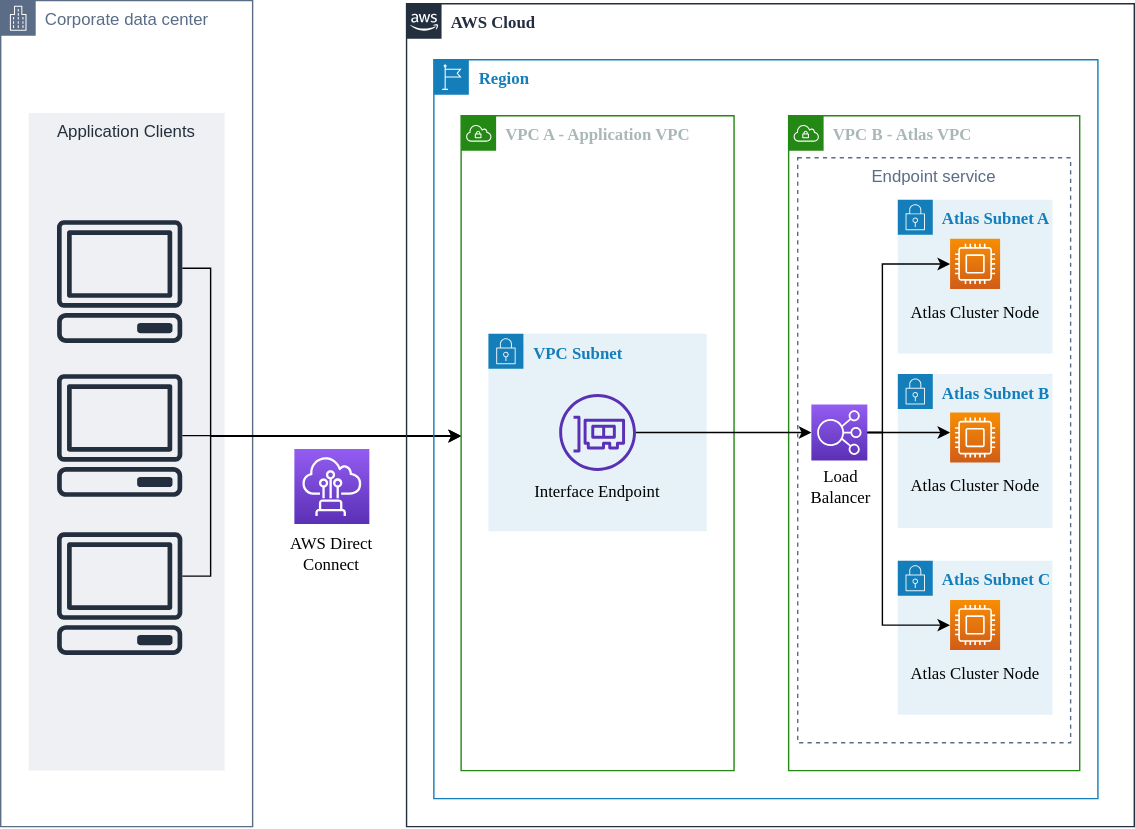
mongodb/docs keeps this draw.io diagram as source/images/atlas-aws-privatelink-directconnect.svg. Above is the earlier version. Source tidied: cells renumbered, new cells last; positions are measured from the earlier drawing's top-left corner, leaving out a move shared by most shapes. Source of this version:
```xml
<mxGraphModel>
  <root>
    <mxCell id="0" />
    <mxCell id="1" parent="0" />
    <mxCell id="2" value="Corporate data center" style="gradientColor=none;html=1;whiteSpace=wrap;fontSize=12;fontStyle=0;shape=mxgraph.aws4.group;grIcon=mxgraph.aws4.group_corporate_data_center;strokeColor=#5A6C86;fillColor=none;verticalAlign=top;align=left;spacingLeft=30;fontColor=#5A6C86;dashed=0;" parent="1" vertex="1">
      <mxGeometry y="-0.2" width="180" height="590.2" as="geometry" />
    </mxCell>
    <mxCell id="3" value="Application Clients" style="fillColor=#EFF0F3;strokeColor=none;dashed=0;verticalAlign=top;fontStyle=0;fontColor=#232F3D;" parent="1" vertex="1">
      <mxGeometry x="20" y="80" width="140" height="470" as="geometry" />
    </mxCell>
    <mxCell id="4" style="fontColor=#232F3E;gradientColor=#945DF2;gradientDirection=north;fillColor=#5A30B5;strokeColor=#ffffff;dashed=0;verticalLabelPosition=bottom;verticalAlign=top;align=center;html=1;fontSize=12;fontStyle=0;shape=mxgraph.aws4.resourceIcon;resIcon=mxgraph.aws4.direct_connect;" parent="1" vertex="1">
      <mxGeometry x="209.8" y="320.2" width="53.6" height="53.6" as="geometry" />
    </mxCell>
    <mxCell id="5" value="&lt;font face=&quot;Akzidenz-Grotesk&quot;&gt;AWS Direct Connect&lt;/font&gt;" style="text;html=1;strokeColor=none;fillColor=none;align=center;verticalAlign=middle;whiteSpace=wrap;rounded=0;" parent="1" vertex="1">
      <mxGeometry x="193.2" y="379.7" width="86.8" height="30" as="geometry" />
    </mxCell>
    <mxCell id="6" style="edgeStyle=orthogonalEdgeStyle;rounded=0;jettySize=auto;html=1;" parent="1" edge="1" source="7" target="16">
      <mxGeometry relative="1" as="geometry">
        <Array as="points">
          <mxPoint x="140" y="311" />
          <mxPoint x="140" y="311" />
        </Array>
      </mxGeometry>
    </mxCell>
    <mxCell id="7" style="outlineConnect=0;fontColor=#232F3E;gradientColor=none;fillColor=#232F3E;strokeColor=none;dashed=0;verticalLabelPosition=bottom;verticalAlign=top;align=center;html=1;fontSize=12;fontStyle=0;shape=mxgraph.aws4.client;" parent="1" vertex="1">
      <mxGeometry x="40" y="266.7" width="90" height="87.7" as="geometry" />
    </mxCell>
    <mxCell id="8" style="edgeStyle=orthogonalEdgeStyle;rounded=0;orthogonalLoop=1;jettySize=auto;html=1;" parent="1" edge="1">
      <mxGeometry relative="1" as="geometry">
        <mxPoint x="129.8" y="411" as="sourcePoint" />
        <mxPoint x="329" y="311" as="targetPoint" />
        <Array as="points">
          <mxPoint x="150" y="411" />
          <mxPoint x="150" y="311" />
        </Array>
      </mxGeometry>
    </mxCell>
    <mxCell id="9" style="fontColor=#232F3E;gradientColor=none;fillColor=#232F3E;strokeColor=none;dashed=0;verticalLabelPosition=bottom;verticalAlign=top;align=center;html=1;fontSize=12;fontStyle=0;shape=mxgraph.aws4.client;" parent="1" vertex="1">
      <mxGeometry x="40" y="379.7" width="90" height="87.7" as="geometry" />
    </mxCell>
    <mxCell id="10" style="edgeStyle=orthogonalEdgeStyle;rounded=0;orthogonalLoop=1;jettySize=auto;html=1;" parent="1" edge="1">
      <mxGeometry relative="1" as="geometry">
        <mxPoint x="129.8" y="191" as="sourcePoint" />
        <mxPoint x="329" y="311" as="targetPoint" />
        <Array as="points">
          <mxPoint x="150" y="191" />
          <mxPoint x="150" y="311" />
        </Array>
      </mxGeometry>
    </mxCell>
    <mxCell id="11" style="fontColor=#232F3E;gradientColor=none;fillColor=#232F3E;strokeColor=none;dashed=0;verticalLabelPosition=bottom;verticalAlign=top;align=center;html=1;fontSize=12;fontStyle=0;shape=mxgraph.aws4.client;" parent="1" vertex="1">
      <mxGeometry x="40" y="156.7" width="90" height="87.7" as="geometry" />
    </mxCell>
    <mxCell id="12" value="&lt;font face=&quot;Akzidenz-Grotesk&quot;&gt;&lt;b&gt;AWS Cloud&lt;/b&gt;&lt;/font&gt;" style="gradientColor=none;html=1;whiteSpace=wrap;fontSize=12;fontStyle=0;shape=mxgraph.aws4.group;grIcon=mxgraph.aws4.group_aws_cloud_alt;strokeColor=#232F3E;fillColor=none;verticalAlign=top;align=left;spacingLeft=30;fontColor=#232F3E;dashed=0;" parent="1" vertex="1">
      <mxGeometry x="290" y="2" width="520" height="588" as="geometry" />
    </mxCell>
    <mxCell id="13" value="&lt;b&gt;Region&lt;/b&gt;" style="gradientColor=none;html=1;whiteSpace=wrap;fontSize=12;fontStyle=0;shape=mxgraph.aws4.group;grIcon=mxgraph.aws4.group_region;strokeColor=#147EBA;fillColor=none;verticalAlign=top;align=left;spacingLeft=30;fontColor=#147EBA;dashed=0;fontFamily=Akzidenz-Grotesk;FType=w;" parent="1" vertex="1">
      <mxGeometry x="309.5" y="42" width="474.5" height="528" as="geometry" />
    </mxCell>
    <mxCell id="14" value="&lt;b&gt;&lt;font face=&quot;Akzidenz-Grotesk&quot;&gt;VPC B - Atlas VPC&lt;/font&gt;&lt;/b&gt;" style="gradientColor=none;html=1;whiteSpace=wrap;fontSize=12;fontStyle=0;shape=mxgraph.aws4.group;grIcon=mxgraph.aws4.group_vpc;strokeColor=#248814;fillColor=none;verticalAlign=top;align=left;spacingLeft=30;fontColor=#AAB7B8;dashed=0;" parent="1" vertex="1">
      <mxGeometry x="563" y="82" width="208" height="468" as="geometry" />
    </mxCell>
    <mxCell id="15" value="Endpoint service" style="fillColor=none;strokeColor=#5A6C86;dashed=1;verticalAlign=top;fontStyle=0;fontColor=#5A6C86;fontFamily=Helvetica;FType=g;" parent="1" vertex="1">
      <mxGeometry x="569.5" y="112" width="195" height="418" as="geometry" />
    </mxCell>
    <mxCell id="16" value="&lt;b&gt;&lt;font face=&quot;Akzidenz-Grotesk&quot;&gt;VPC A - Application VPC&lt;/font&gt;&lt;/b&gt;" style="points=[[0,0],[0.25,0],[0.5,0],[0.75,0],[1,0],[1,0.25],[1,0.5],[1,0.75],[1,1],[0.75,1],[0.5,1],[0.25,1],[0,1],[0,0.75],[0,0.5],[0,0.25]];outlineConnect=0;gradientColor=none;html=1;whiteSpace=wrap;fontSize=12;fontStyle=0;shape=mxgraph.aws4.group;grIcon=mxgraph.aws4.group_vpc;strokeColor=#248814;fillColor=none;verticalAlign=top;align=left;spacingLeft=30;fontColor=#AAB7B8;dashed=0;" parent="1" vertex="1">
      <mxGeometry x="329" y="82" width="195" height="468" as="geometry" />
    </mxCell>
    <mxCell id="17" value="&lt;b&gt;&lt;font face=&quot;Akzidenz-Grotesk&quot;&gt;VPC Subnet&lt;/font&gt;&lt;br&gt;&lt;/b&gt;" style="gradientColor=none;html=1;whiteSpace=wrap;fontSize=12;fontStyle=0;shape=mxgraph.aws4.group;grIcon=mxgraph.aws4.group_security_group;grStroke=0;strokeColor=#147EBA;fillColor=#E6F2F8;verticalAlign=top;align=left;spacingLeft=30;fontColor=#147EBA;dashed=0;" parent="1" vertex="1">
      <mxGeometry x="348.5" y="237.9" width="156" height="141" as="geometry" />
    </mxCell>
    <mxCell id="18" value="&lt;b&gt;&lt;font face=&quot;Akzidenz-Grotesk&quot;&gt;Atlas Subnet A&lt;/font&gt;&lt;/b&gt;" style="gradientColor=none;html=1;whiteSpace=wrap;fontSize=12;fontStyle=0;shape=mxgraph.aws4.group;grIcon=mxgraph.aws4.group_security_group;grStroke=0;strokeColor=#147EBA;fillColor=#E6F2F8;verticalAlign=top;align=left;spacingLeft=30;fontColor=#147EBA;dashed=0;" parent="1" vertex="1">
      <mxGeometry x="641" y="142" width="110.5" height="110" as="geometry" />
    </mxCell>
    <mxCell id="19" style="outlineConnect=0;fontColor=#232F3E;gradientColor=none;fillColor=#5A30B5;strokeColor=none;dashed=0;verticalLabelPosition=bottom;verticalAlign=top;align=center;html=1;fontSize=12;fontStyle=0;shape=mxgraph.aws4.elastic_network_interface;" parent="1" vertex="1">
      <mxGeometry x="399" y="280.9" width="54.9" height="54.9" as="geometry" />
    </mxCell>
    <mxCell id="20" style="edgeStyle=orthogonalEdgeStyle;rounded=0;jettySize=auto;html=1;" parent="1" edge="1" source="21" target="31">
      <mxGeometry relative="1" as="geometry">
        <Array as="points">
          <mxPoint x="630" y="308" />
          <mxPoint x="630" y="188" />
        </Array>
      </mxGeometry>
    </mxCell>
    <mxCell id="21" style="outlineConnect=0;fontColor=#232F3E;gradientColor=#945DF2;gradientDirection=north;fillColor=#5A30B5;strokeColor=#ffffff;dashed=0;verticalLabelPosition=bottom;verticalAlign=top;align=center;html=1;fontSize=12;fontStyle=0;shape=mxgraph.aws4.resourceIcon;resIcon=mxgraph.aws4.elastic_load_balancing;" parent="1" vertex="1">
      <mxGeometry x="579.2" y="288.4" width="40" height="40" as="geometry" />
    </mxCell>
    <mxCell id="22" value="&lt;font face=&quot;Akzidenz-Grotesk&quot;&gt;Interface Endpoint&lt;/font&gt;" style="text;html=1;strokeColor=none;fillColor=none;align=center;verticalAlign=middle;whiteSpace=wrap;rounded=0;" parent="1" vertex="1">
      <mxGeometry x="374.8" y="340.5" width="103.3" height="20" as="geometry" />
    </mxCell>
    <mxCell id="23" value="&lt;font face=&quot;Akzidenz-Grotesk&quot;&gt;Load Balancer&lt;/font&gt;" style="text;html=1;strokeColor=none;fillColor=none;align=center;verticalAlign=middle;whiteSpace=wrap;rounded=0;" parent="1" vertex="1">
      <mxGeometry x="582.7" y="335.2" width="35.1" height="23.2" as="geometry" />
    </mxCell>
    <mxCell id="24" value="&lt;b&gt;&lt;font face=&quot;Akzidenz-Grotesk&quot;&gt;Atlas Subnet B&lt;/font&gt;&lt;/b&gt;" style="gradientColor=none;html=1;whiteSpace=wrap;fontSize=12;fontStyle=0;shape=mxgraph.aws4.group;grIcon=mxgraph.aws4.group_security_group;grStroke=0;strokeColor=#147EBA;fillColor=#E6F2F8;verticalAlign=top;align=left;spacingLeft=30;fontColor=#147EBA;dashed=0;" parent="1" vertex="1">
      <mxGeometry x="641" y="266.6" width="110.5" height="110" as="geometry" />
    </mxCell>
    <mxCell id="25" value="&lt;font face=&quot;Akzidenz-Grotesk&quot;&gt;Atlas Cluster Node&lt;/font&gt;" style="text;html=1;strokeColor=none;fillColor=none;align=center;verticalAlign=middle;whiteSpace=wrap;rounded=0;" parent="1" vertex="1">
      <mxGeometry x="647" y="332" width="98.5" height="30" as="geometry" />
    </mxCell>
    <mxCell id="26" style="outlineConnect=0;fontColor=#232F3E;gradientColor=#F78E04;gradientDirection=north;fillColor=#D05C17;strokeColor=#ffffff;dashed=0;verticalLabelPosition=bottom;verticalAlign=top;align=center;html=1;fontSize=12;fontStyle=0;shape=mxgraph.aws4.resourceIcon;resIcon=mxgraph.aws4.compute;" parent="1" vertex="1">
      <mxGeometry x="678.4" y="294.1" width="35.8" height="35.8" as="geometry" />
    </mxCell>
    <mxCell id="27" value="&lt;b&gt;&lt;font face=&quot;Akzidenz-Grotesk&quot;&gt;Atlas Subnet C&lt;/font&gt;&lt;/b&gt;" style="gradientColor=none;html=1;whiteSpace=wrap;fontSize=12;fontStyle=0;shape=mxgraph.aws4.group;grIcon=mxgraph.aws4.group_security_group;grStroke=0;strokeColor=#147EBA;fillColor=#E6F2F8;verticalAlign=top;align=left;spacingLeft=30;fontColor=#147EBA;dashed=0;" parent="1" vertex="1">
      <mxGeometry x="641" y="400" width="110.5" height="110" as="geometry" />
    </mxCell>
    <mxCell id="28" value="&lt;font face=&quot;Akzidenz-Grotesk&quot;&gt;Atlas Cluster Node&lt;/font&gt;" style="text;html=1;strokeColor=none;fillColor=none;align=center;verticalAlign=middle;whiteSpace=wrap;rounded=0;" parent="1" vertex="1">
      <mxGeometry x="647" y="465.9" width="98.5" height="30" as="geometry" />
    </mxCell>
    <mxCell id="29" style="outlineConnect=0;fontColor=#232F3E;gradientColor=#F78E04;gradientDirection=north;fillColor=#D05C17;strokeColor=#ffffff;dashed=0;verticalLabelPosition=bottom;verticalAlign=top;align=center;html=1;fontSize=12;fontStyle=0;shape=mxgraph.aws4.resourceIcon;resIcon=mxgraph.aws4.compute;" parent="1" vertex="1">
      <mxGeometry x="678.4" y="428" width="35.8" height="35.8" as="geometry" />
    </mxCell>
    <mxCell id="30" value="&lt;font face=&quot;Akzidenz-Grotesk&quot;&gt;Atlas Cluster Node&lt;/font&gt;" style="text;html=1;strokeColor=none;fillColor=none;align=center;verticalAlign=middle;whiteSpace=wrap;rounded=0;" parent="1" vertex="1">
      <mxGeometry x="647" y="207.9" width="98.5" height="30" as="geometry" />
    </mxCell>
    <mxCell id="31" style="outlineConnect=0;fontColor=#232F3E;gradientColor=#F78E04;gradientDirection=north;fillColor=#D05C17;strokeColor=#ffffff;dashed=0;verticalLabelPosition=bottom;verticalAlign=top;align=center;html=1;fontSize=12;fontStyle=0;shape=mxgraph.aws4.resourceIcon;resIcon=mxgraph.aws4.compute;" parent="1" vertex="1">
      <mxGeometry x="678.4" y="170" width="35.8" height="35.8" as="geometry" />
    </mxCell>
    <mxCell id="32" style="edgeStyle=orthogonalEdgeStyle;rounded=0;jettySize=auto;html=1;" parent="1" edge="1" source="21" target="26">
      <mxGeometry relative="1" as="geometry">
        <Array as="points">
          <mxPoint x="619" y="312" />
          <mxPoint x="619" y="312" />
        </Array>
      </mxGeometry>
    </mxCell>
    <mxCell id="33" style="edgeStyle=orthogonalEdgeStyle;rounded=0;jettySize=auto;html=1;" parent="1" edge="1" source="21" target="29">
      <mxGeometry relative="1" as="geometry">
        <Array as="points">
          <mxPoint x="630" y="308" />
          <mxPoint x="630" y="446" />
        </Array>
      </mxGeometry>
    </mxCell>
    <mxCell id="34" style="edgeStyle=orthogonalEdgeStyle;rounded=0;jettySize=auto;html=1;" parent="1" edge="1" source="19" target="21">
      <mxGeometry relative="1" as="geometry" />
    </mxCell>
  </root>
</mxGraphModel>
```
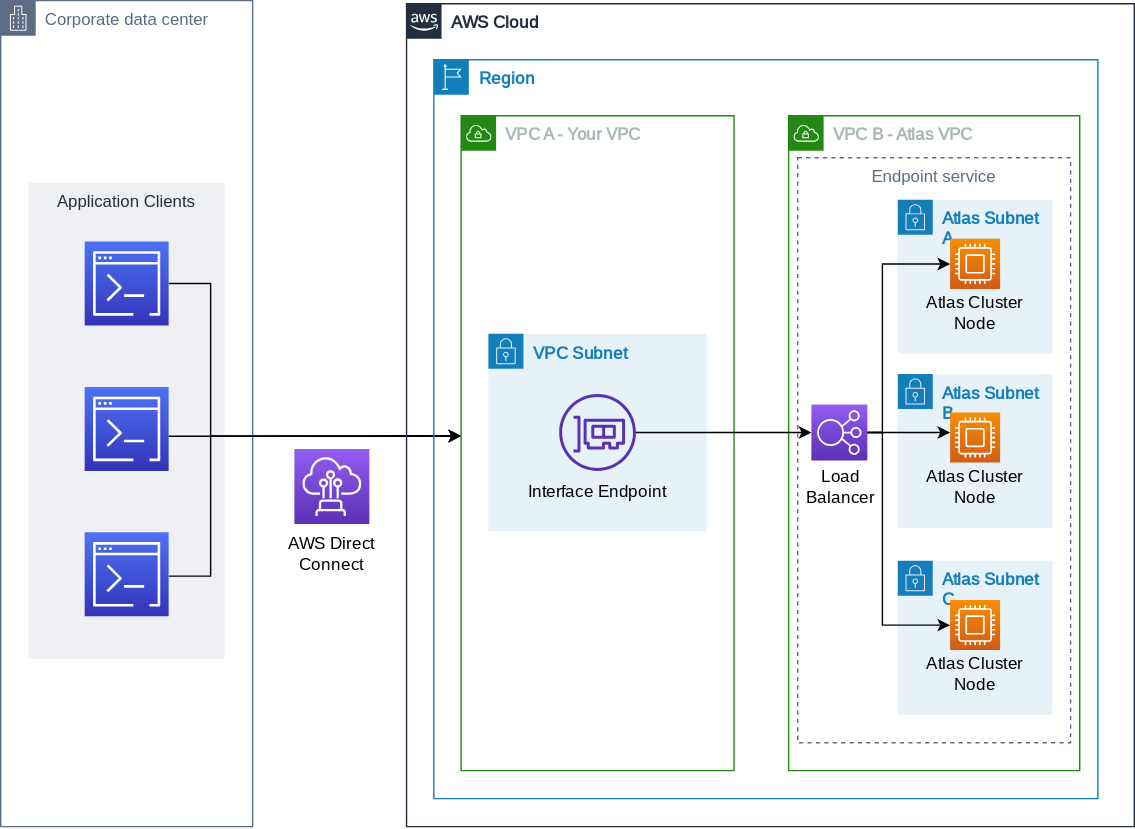
After the commit.

Commit message:
(DOCSP-12294): tech review feedback

Diff of the diagram source:
```diff
@@ -6,7 +6,7 @@
       <mxGeometry y="-0.2" width="180" height="590.2" as="geometry" />
     </mxCell>
     <mxCell id="3" value="Application Clients" style="fillColor=#EFF0F3;strokeColor=none;dashed=0;verticalAlign=top;fontStyle=0;fontColor=#232F3D;" parent="1" vertex="1">
-      <mxGeometry x="20" y="80" width="140" height="470" as="geometry" />
+      <mxGeometry x="20" y="130" width="140" height="340" as="geometry" />
     </mxCell>
     <mxCell id="4" style="fontColor=#232F3E;gradientColor=#945DF2;gradientDirection=north;fillColor=#5A30B5;strokeColor=#ffffff;dashed=0;verticalLabelPosition=bottom;verticalAlign=top;align=center;html=1;fontSize=12;fontStyle=0;shape=mxgraph.aws4.resourceIcon;resIcon=mxgraph.aws4.direct_connect;" parent="1" vertex="1">
       <mxGeometry x="209.8" y="320.2" width="53.6" height="53.6" as="geometry" />
@@ -14,43 +14,33 @@
     <mxCell id="5" value="&lt;font face=&quot;Akzidenz-Grotesk&quot;&gt;AWS Direct Connect&lt;/font&gt;" style="text;html=1;strokeColor=none;fillColor=none;align=center;verticalAlign=middle;whiteSpace=wrap;rounded=0;" parent="1" vertex="1">
       <mxGeometry x="193.2" y="379.7" width="86.8" height="30" as="geometry" />
     </mxCell>
-    <mxCell id="6" style="edgeStyle=orthogonalEdgeStyle;rounded=0;jettySize=auto;html=1;" parent="1" edge="1" source="7" target="16">
-      <mxGeometry relative="1" as="geometry">
-        <Array as="points">
-          <mxPoint x="140" y="311" />
-          <mxPoint x="140" y="311" />
-        </Array>
-      </mxGeometry>
-    </mxCell>
-    <mxCell id="7" style="outlineConnect=0;fontColor=#232F3E;gradientColor=none;fillColor=#232F3E;strokeColor=none;dashed=0;verticalLabelPosition=bottom;verticalAlign=top;align=center;html=1;fontSize=12;fontStyle=0;shape=mxgraph.aws4.client;" parent="1" vertex="1">
-      <mxGeometry x="40" y="266.7" width="90" height="87.7" as="geometry" />
-    </mxCell>
-    <mxCell id="8" style="edgeStyle=orthogonalEdgeStyle;rounded=0;orthogonalLoop=1;jettySize=auto;html=1;" parent="1" edge="1">
-      <mxGeometry relative="1" as="geometry">
-        <mxPoint x="129.8" y="411" as="sourcePoint" />
-        <mxPoint x="329" y="311" as="targetPoint" />
-        <Array as="points">
-          <mxPoint x="150" y="411" />
-          <mxPoint x="150" y="311" />
-        </Array>
-      </mxGeometry>
-    </mxCell>
-    <mxCell id="9" style="fontColor=#232F3E;gradientColor=none;fillColor=#232F3E;strokeColor=none;dashed=0;verticalLabelPosition=bottom;verticalAlign=top;align=center;html=1;fontSize=12;fontStyle=0;shape=mxgraph.aws4.client;" parent="1" vertex="1">
-      <mxGeometry x="40" y="379.7" width="90" height="87.7" as="geometry" />
-    </mxCell>
-    <mxCell id="10" style="edgeStyle=orthogonalEdgeStyle;rounded=0;orthogonalLoop=1;jettySize=auto;html=1;" parent="1" edge="1">
-      <mxGeometry relative="1" as="geometry">
-        <mxPoint x="129.8" y="191" as="sourcePoint" />
-        <mxPoint x="329" y="311" as="targetPoint" />
-        <Array as="points">
-          <mxPoint x="150" y="191" />
-          <mxPoint x="150" y="311" />
-        </Array>
-      </mxGeometry>
-    </mxCell>
-    <mxCell id="11" style="fontColor=#232F3E;gradientColor=none;fillColor=#232F3E;strokeColor=none;dashed=0;verticalLabelPosition=bottom;verticalAlign=top;align=center;html=1;fontSize=12;fontStyle=0;shape=mxgraph.aws4.client;" parent="1" vertex="1">
-      <mxGeometry x="40" y="156.7" width="90" height="87.7" as="geometry" />
-    </mxCell>
+    <mxCell id="35" style="edgeStyle=orthogonalEdgeStyle;rounded=0;jettySize=auto;html=1;" parent="1" edge="1" source="41">
+      <mxGeometry relative="1" as="geometry">
+        <mxPoint x="329" y="310.6" as="targetPoint" />
+        <Array as="points">
+          <mxPoint x="170" y="311" />
+          <mxPoint x="170" y="311" />
+        </Array>
+      </mxGeometry>
+    </mxCell>
+    <mxCell id="36" style="edgeStyle=orthogonalEdgeStyle;rounded=0;jettySize=auto;html=1;" parent="1" edge="1" source="40">
+      <mxGeometry relative="1" as="geometry">
+        <mxPoint x="329" y="311" as="targetPoint" />
+        <Array as="points">
+          <mxPoint x="150" y="411" />
+          <mxPoint x="150" y="311" />
+        </Array>
+      </mxGeometry>
+    </mxCell>
+    <mxCell id="37" style="edgeStyle=orthogonalEdgeStyle;rounded=0;jettySize=auto;html=1;" parent="1" edge="1" source="39">
+      <mxGeometry relative="1" as="geometry">
+        <mxPoint x="329" y="311" as="targetPoint" />
+        <Array as="points">
+          <mxPoint x="150" y="202" />
+          <mxPoint x="150" y="311" />
+        </Array>
+      </mxGeometry>
+    </mxCell>
     <mxCell id="12" value="&lt;font face=&quot;Akzidenz-Grotesk&quot;&gt;&lt;b&gt;AWS Cloud&lt;/b&gt;&lt;/font&gt;" style="gradientColor=none;html=1;whiteSpace=wrap;fontSize=12;fontStyle=0;shape=mxgraph.aws4.group;grIcon=mxgraph.aws4.group_aws_cloud_alt;strokeColor=#232F3E;fillColor=none;verticalAlign=top;align=left;spacingLeft=30;fontColor=#232F3E;dashed=0;" parent="1" vertex="1">
       <mxGeometry x="290" y="2" width="520" height="588" as="geometry" />
     </mxCell>
@@ -63,9 +53,9 @@
     <mxCell id="15" value="Endpoint service" style="fillColor=none;strokeColor=#5A6C86;dashed=1;verticalAlign=top;fontStyle=0;fontColor=#5A6C86;fontFamily=Helvetica;FType=g;" parent="1" vertex="1">
       <mxGeometry x="569.5" y="112" width="195" height="418" as="geometry" />
     </mxCell>
-    <mxCell id="16" value="&lt;b&gt;&lt;font face=&quot;Akzidenz-Grotesk&quot;&gt;VPC A - Application VPC&lt;/font&gt;&lt;/b&gt;" style="points=[[0,0],[0.25,0],[0.5,0],[0.75,0],[1,0],[1,0.25],[1,0.5],[1,0.75],[1,1],[0.75,1],[0.5,1],[0.25,1],[0,1],[0,0.75],[0,0.5],[0,0.25]];outlineConnect=0;gradientColor=none;html=1;whiteSpace=wrap;fontSize=12;fontStyle=0;shape=mxgraph.aws4.group;grIcon=mxgraph.aws4.group_vpc;strokeColor=#248814;fillColor=none;verticalAlign=top;align=left;spacingLeft=30;fontColor=#AAB7B8;dashed=0;" parent="1" vertex="1">
-      <mxGeometry x="329" y="82" width="195" height="468" as="geometry" />
-    </mxCell>
+    <mxCell id="38" value="&lt;b&gt;&lt;font face=&quot;Akzidenz-Grotesk&quot;&gt;VPC A - Your VPC&lt;/font&gt;&lt;/b&gt;" style="gradientColor=none;html=1;whiteSpace=wrap;fontSize=12;fontStyle=0;shape=mxgraph.aws4.group;grIcon=mxgraph.aws4.group_vpc;strokeColor=#248814;fillColor=none;verticalAlign=top;align=left;spacingLeft=30;fontColor=#AAB7B8;dashed=0;" parent="1" vertex="1">
+      <mxGeometry x="329" y="82" width="195" height="468" as="geometry" />
+    </mxCell>
     <mxCell id="17" value="&lt;b&gt;&lt;font face=&quot;Akzidenz-Grotesk&quot;&gt;VPC Subnet&lt;/font&gt;&lt;br&gt;&lt;/b&gt;" style="gradientColor=none;html=1;whiteSpace=wrap;fontSize=12;fontStyle=0;shape=mxgraph.aws4.group;grIcon=mxgraph.aws4.group_security_group;grStroke=0;strokeColor=#147EBA;fillColor=#E6F2F8;verticalAlign=top;align=left;spacingLeft=30;fontColor=#147EBA;dashed=0;" parent="1" vertex="1">
       <mxGeometry x="348.5" y="237.9" width="156" height="141" as="geometry" />
     </mxCell>
@@ -135,5 +125,14 @@
     <mxCell id="34" style="edgeStyle=orthogonalEdgeStyle;rounded=0;jettySize=auto;html=1;" parent="1" edge="1" source="19" target="21">
       <mxGeometry relative="1" as="geometry" />
     </mxCell>
+    <mxCell id="39" style="outlineConnect=0;fontColor=#232F3E;gradientColor=#4D72F3;gradientDirection=north;fillColor=#3334B9;strokeColor=#ffffff;dashed=0;verticalLabelPosition=bottom;verticalAlign=top;align=center;html=1;fontSize=12;fontStyle=0;shape=mxgraph.aws4.resourceIcon;resIcon=mxgraph.aws4.command_line_interface;" parent="1" vertex="1">
+      <mxGeometry x="60" y="171.9" width="60" height="60" as="geometry" />
+    </mxCell>
+    <mxCell id="40" style="outlineConnect=0;fontColor=#232F3E;gradientColor=#4D72F3;gradientDirection=north;fillColor=#3334B9;strokeColor=#ffffff;dashed=0;verticalLabelPosition=bottom;verticalAlign=top;align=center;html=1;fontSize=12;fontStyle=0;shape=mxgraph.aws4.resourceIcon;resIcon=mxgraph.aws4.command_line_interface;" parent="1" vertex="1">
+      <mxGeometry x="60" y="379.7" width="60" height="60" as="geometry" />
+    </mxCell>
+    <mxCell id="41" style="outlineConnect=0;fontColor=#232F3E;gradientColor=#4D72F3;gradientDirection=north;fillColor=#3334B9;strokeColor=#ffffff;dashed=0;verticalLabelPosition=bottom;verticalAlign=top;align=center;html=1;fontSize=12;fontStyle=0;shape=mxgraph.aws4.resourceIcon;resIcon=mxgraph.aws4.command_line_interface;" parent="1" vertex="1">
+      <mxGeometry x="60" y="275.8" width="60" height="60" as="geometry" />
+    </mxCell>
   </root>
 </mxGraphModel>
```
